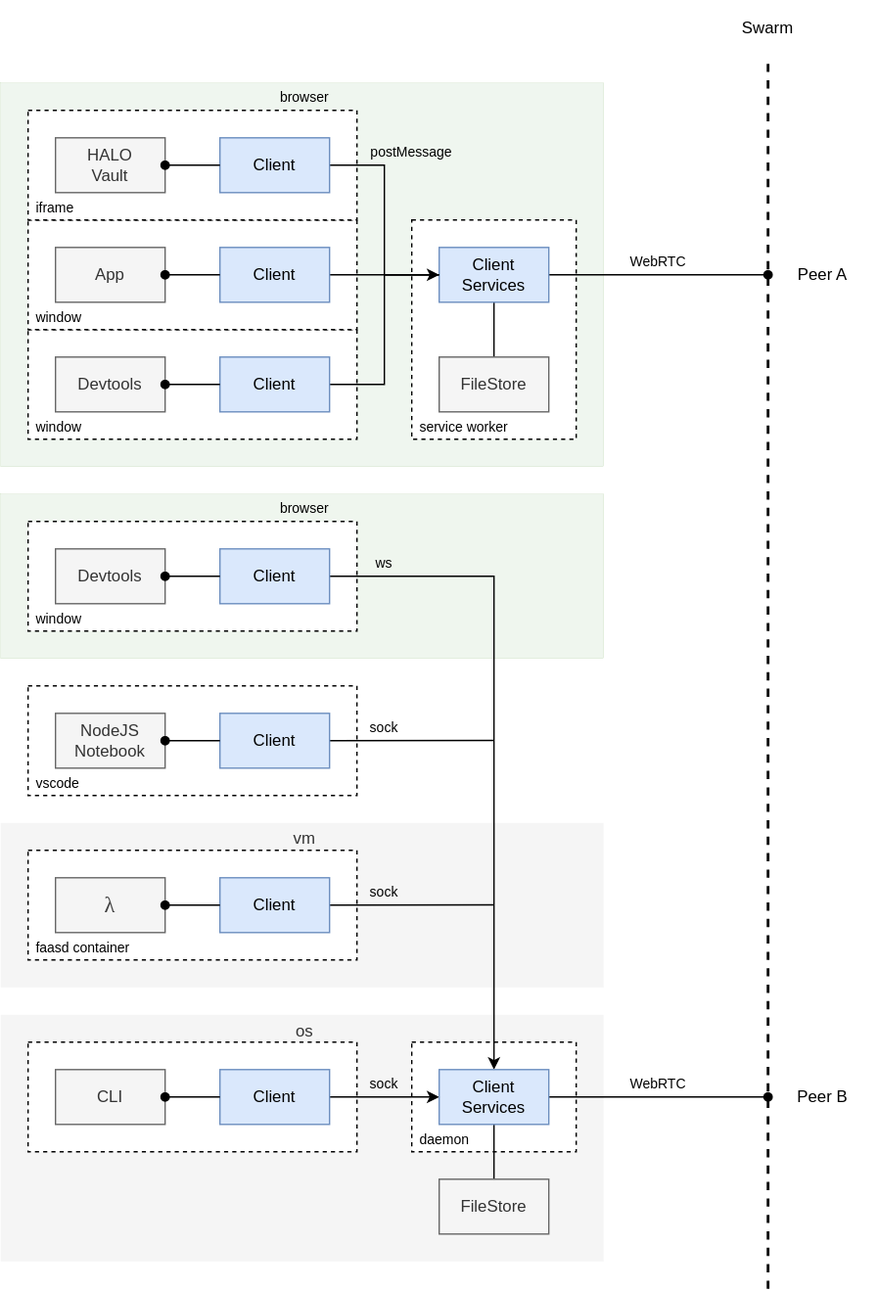
Before: docs/docs/design/diagrams/remote-agents.drawio.svg, a diagram exported from draw.io (dxos/dxos). Source tidied: cells renumbered, new cells last; positions are measured from the earlier drawing's top-left corner, leaving out a move shared by most shapes.
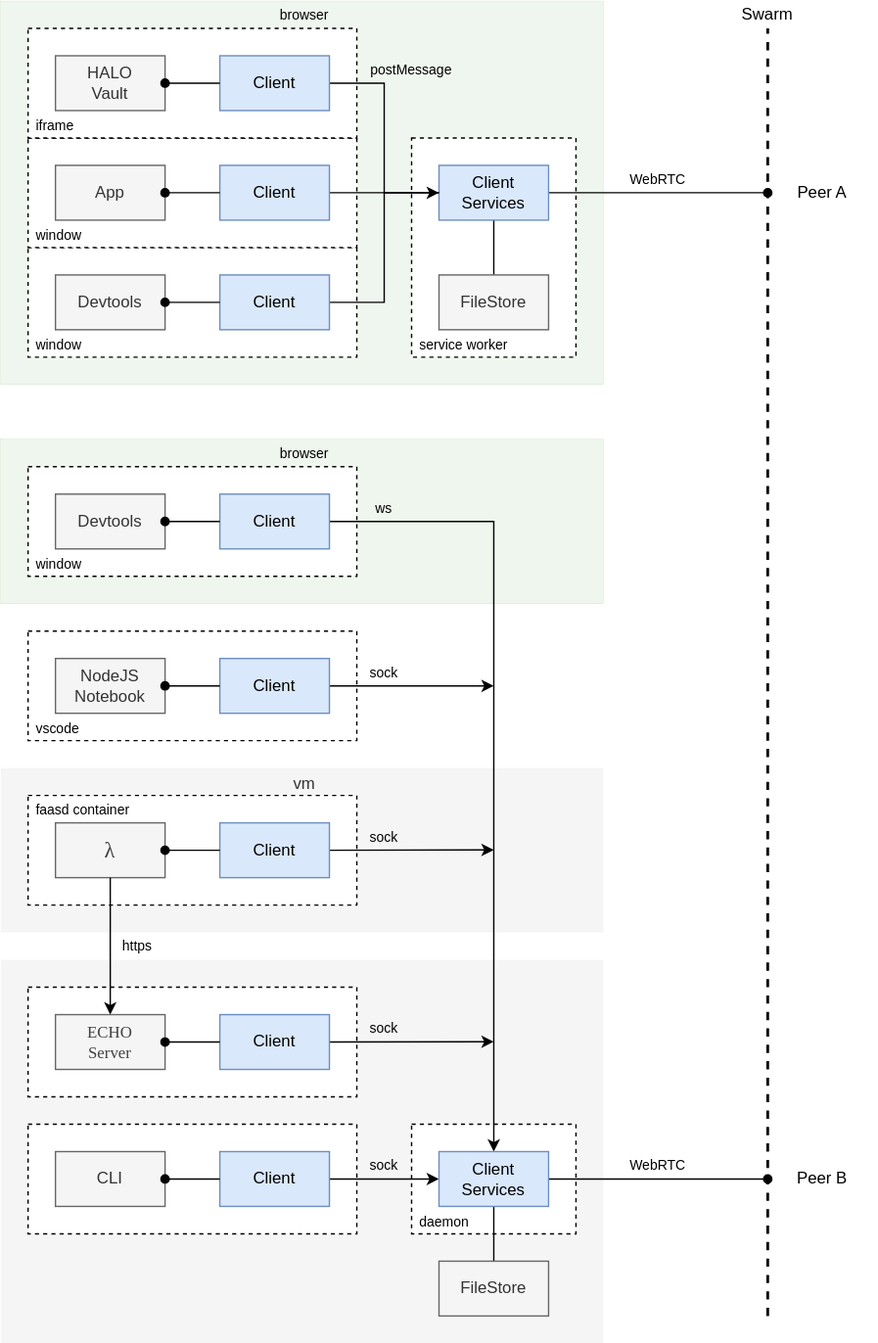
Later version of the same file.

What changed in the source:
```diff
@@ -5,21 +5,21 @@
     <mxCell id="2" value="vm" style="rounded=0;whiteSpace=wrap;html=1;align=center;verticalAlign=top;spacingLeft=4;fillColor=#f5f5f5;strokeColor=none;fontColor=#333333;strokeWidth=0;spacing=0;" parent="1" vertex="1">
-      <mxGeometry y="600" width="440" height="120" as="geometry" />
+      <mxGeometry y="580" width="440" height="120" as="geometry" />
     </mxCell>
-    <mxCell id="3" value="os" style="rounded=0;whiteSpace=wrap;html=1;align=center;verticalAlign=top;spacingLeft=4;fillColor=#f5f5f5;strokeColor=none;fontColor=#333333;strokeWidth=0;spacing=0;" parent="1" vertex="1">
-      <mxGeometry y="740" width="440" height="180" as="geometry" />
+    <mxCell id="3" style="rounded=0;whiteSpace=wrap;html=1;align=center;verticalAlign=top;spacingLeft=4;fillColor=#f5f5f5;strokeColor=none;fontColor=#333333;strokeWidth=0;spacing=0;" parent="1" vertex="1">
+      <mxGeometry y="720" width="440" height="280" as="geometry" />
     </mxCell>
     <mxCell id="4" value="daemon" style="rounded=0;whiteSpace=wrap;html=1;dashed=1;align=left;verticalAlign=bottom;spacingLeft=4;fillColor=default;fontSize=10;" parent="1" vertex="1">
-      <mxGeometry x="300" y="760" width="120" height="80" as="geometry" />
+      <mxGeometry x="300" y="840" width="120" height="80" as="geometry" />
     </mxCell>
     <mxCell id="5" value="browser" style="rounded=0;whiteSpace=wrap;html=1;align=center;verticalAlign=top;spacingLeft=4;fillColor=#eff6ef;strokeColor=#82b366;strokeWidth=0;fontSize=10;spacing=0;fillStyle=auto;" parent="1" vertex="1">
-      <mxGeometry y="60" width="440" height="280" as="geometry" />
+      <mxGeometry y="20" width="440" height="280" as="geometry" />
     </mxCell>
     <mxCell id="6" value="window" style="rounded=0;whiteSpace=wrap;html=1;dashed=1;align=left;verticalAlign=bottom;spacingLeft=4;fillColor=default;fontSize=10;" parent="1" vertex="1">
-      <mxGeometry x="20" y="240" width="240" height="80" as="geometry" />
+      <mxGeometry x="20" y="200" width="240" height="80" as="geometry" />
     </mxCell>
     <mxCell id="7" value="window" style="rounded=0;whiteSpace=wrap;html=1;dashed=1;align=left;verticalAlign=bottom;spacingLeft=4;fillColor=default;fontSize=10;" parent="1" vertex="1">
-      <mxGeometry x="20" y="160" width="240" height="80" as="geometry" />
+      <mxGeometry x="20" y="120" width="240" height="80" as="geometry" />
     </mxCell>
     <mxCell id="8" value="service worker" style="rounded=0;whiteSpace=wrap;html=1;dashed=1;align=left;verticalAlign=bottom;spacingLeft=4;fillColor=default;fontSize=10;" parent="1" vertex="1">
-      <mxGeometry x="300" y="160" width="120" height="160" as="geometry" />
+      <mxGeometry x="300" y="120" width="120" height="160" as="geometry" />
     </mxCell>
@@ -29,3 +29,3 @@
     <mxCell id="10" value="Client" style="rounded=0;whiteSpace=wrap;html=1;fillColor=#dae8fc;strokeColor=#6c8ebf;" parent="1" vertex="1">
-      <mxGeometry x="160" y="180" width="80" height="40" as="geometry" />
+      <mxGeometry x="160" y="140" width="80" height="40" as="geometry" />
     </mxCell>
@@ -33,3 +33,3 @@
       <mxGeometry relative="1" as="geometry">
-        <mxPoint x="560" y="200" as="targetPoint" />
+        <mxPoint x="560" y="160" as="targetPoint" />
       </mxGeometry>
@@ -40,9 +40,9 @@
     <mxCell id="13" value="Client&lt;br&gt;Services" style="rounded=0;whiteSpace=wrap;html=1;fillColor=#dae8fc;strokeColor=#6c8ebf;" parent="1" vertex="1">
-      <mxGeometry x="320" y="180" width="80" height="40" as="geometry" />
+      <mxGeometry x="320" y="140" width="80" height="40" as="geometry" />
     </mxCell>
     <mxCell id="14" value="App" style="rounded=0;whiteSpace=wrap;html=1;fillColor=#f5f5f5;strokeColor=#666666;fontColor=#333333;" parent="1" vertex="1">
-      <mxGeometry x="40" y="180" width="80" height="40" as="geometry" />
+      <mxGeometry x="40" y="140" width="80" height="40" as="geometry" />
     </mxCell>
     <mxCell id="15" value="Devtools" style="rounded=0;whiteSpace=wrap;html=1;fillColor=#f5f5f5;strokeColor=#666666;fontColor=#333333;" parent="1" vertex="1">
-      <mxGeometry x="40" y="260" width="80" height="40" as="geometry" />
+      <mxGeometry x="40" y="220" width="80" height="40" as="geometry" />
     </mxCell>
@@ -54,4 +54,4 @@
         <Array as="points">
-          <mxPoint x="280" y="280" />
-          <mxPoint x="280" y="200" />
+          <mxPoint x="280" y="240" />
+          <mxPoint x="280" y="160" />
         </Array>
@@ -60,3 +60,3 @@
     <mxCell id="18" value="Client" style="rounded=0;whiteSpace=wrap;html=1;fillColor=#dae8fc;strokeColor=#6c8ebf;" parent="1" vertex="1">
-      <mxGeometry x="160" y="260" width="80" height="40" as="geometry" />
+      <mxGeometry x="160" y="220" width="80" height="40" as="geometry" />
     </mxCell>
@@ -64,3 +64,3 @@
       <mxGeometry relative="1" as="geometry">
-        <mxPoint x="560" y="940" as="sourcePoint" />
+        <mxPoint x="560" y="980" as="sourcePoint" />
       </mxGeometry>
@@ -71,6 +71,6 @@
     <mxCell id="21" value="browser" style="rounded=0;whiteSpace=wrap;html=1;align=center;verticalAlign=top;spacingLeft=4;fillColor=#eff6ee;strokeColor=#82b366;strokeWidth=0;fontSize=10;spacing=0;" parent="1" vertex="1">
-      <mxGeometry y="360" width="440" height="120" as="geometry" />
+      <mxGeometry y="340" width="440" height="120" as="geometry" />
     </mxCell>
     <mxCell id="22" value="window" style="rounded=0;whiteSpace=wrap;html=1;dashed=1;align=left;verticalAlign=bottom;spacingLeft=4;fillColor=default;fontSize=10;" parent="1" vertex="1">
-      <mxGeometry x="20" y="380" width="240" height="80" as="geometry" />
+      <mxGeometry x="20" y="360" width="240" height="80" as="geometry" />
     </mxCell>
@@ -79,3 +79,3 @@
         <Array as="points">
-          <mxPoint x="360" y="420" />
+          <mxPoint x="360" y="400" />
         </Array>
@@ -84,6 +84,6 @@
     <mxCell id="24" value="Client" style="rounded=0;whiteSpace=wrap;html=1;fillColor=#dae8fc;strokeColor=#6c8ebf;" parent="1" vertex="1">
-      <mxGeometry x="160" y="400" width="80" height="40" as="geometry" />
+      <mxGeometry x="160" y="380" width="80" height="40" as="geometry" />
     </mxCell>
     <mxCell id="25" value="Devtools" style="rounded=0;whiteSpace=wrap;html=1;fillColor=#f5f5f5;strokeColor=#666666;fontColor=#333333;" parent="1" vertex="1">
-      <mxGeometry x="40" y="400" width="80" height="40" as="geometry" />
+      <mxGeometry x="40" y="380" width="80" height="40" as="geometry" />
     </mxCell>
@@ -93,3 +93,3 @@
     <mxCell id="27" style="rounded=0;whiteSpace=wrap;html=1;dashed=1;align=left;verticalAlign=bottom;spacingLeft=4;fillColor=default;fontSize=10;" parent="1" vertex="1">
-      <mxGeometry x="20" y="760" width="240" height="80" as="geometry" />
+      <mxGeometry x="20" y="840" width="240" height="80" as="geometry" />
     </mxCell>
@@ -99,6 +99,6 @@
     <mxCell id="29" value="Client" style="rounded=0;whiteSpace=wrap;html=1;fillColor=#dae8fc;strokeColor=#6c8ebf;" parent="1" vertex="1">
-      <mxGeometry x="160" y="780" width="80" height="40" as="geometry" />
+      <mxGeometry x="160" y="860" width="80" height="40" as="geometry" />
     </mxCell>
     <mxCell id="30" value="CLI" style="rounded=0;whiteSpace=wrap;html=1;fillColor=#f5f5f5;strokeColor=#666666;fontColor=#333333;" parent="1" vertex="1">
-      <mxGeometry x="40" y="780" width="80" height="40" as="geometry" />
+      <mxGeometry x="40" y="860" width="80" height="40" as="geometry" />
     </mxCell>
@@ -109,3 +109,3 @@
       <mxGeometry relative="1" as="geometry">
-        <mxPoint x="560" y="800" as="targetPoint" />
+        <mxPoint x="560" y="880" as="targetPoint" />
       </mxGeometry>
@@ -116,34 +116,34 @@
     <mxCell id="34" value="Client&lt;br&gt;Services" style="rounded=0;whiteSpace=wrap;html=1;fillColor=#dae8fc;strokeColor=#6c8ebf;" parent="1" vertex="1">
-      <mxGeometry x="320" y="780" width="80" height="40" as="geometry" />
+      <mxGeometry x="320" y="860" width="80" height="40" as="geometry" />
     </mxCell>
     <mxCell id="35" value="FileStore" style="rounded=0;whiteSpace=wrap;html=1;fillColor=#f5f5f5;strokeColor=#666666;fontColor=#333333;" parent="1" vertex="1">
-      <mxGeometry x="320" y="260" width="80" height="40" as="geometry" />
+      <mxGeometry x="320" y="220" width="80" height="40" as="geometry" />
     </mxCell>
     <mxCell id="36" value="Peer A" style="rounded=0;whiteSpace=wrap;html=1;strokeColor=none;strokeWidth=0;fontSize=12;fillColor=none;" parent="1" vertex="1">
-      <mxGeometry x="560" y="180" width="80" height="40" as="geometry" />
+      <mxGeometry x="560" y="140" width="80" height="40" as="geometry" />
     </mxCell>
     <mxCell id="37" value="Peer B" style="rounded=0;whiteSpace=wrap;html=1;strokeColor=none;strokeWidth=0;fontSize=12;fillColor=none;" parent="1" vertex="1">
-      <mxGeometry x="560" y="780" width="80" height="40" as="geometry" />
+      <mxGeometry x="560" y="860" width="80" height="40" as="geometry" />
     </mxCell>
     <mxCell id="38" value="Swarm" style="rounded=0;whiteSpace=wrap;html=1;strokeColor=none;strokeWidth=0;fontSize=12;fillColor=none;" parent="1" vertex="1">
-      <mxGeometry x="520" width="80" height="40" as="geometry" />
+      <mxGeometry x="520" y="20" width="80" height="20" as="geometry" />
     </mxCell>
     <mxCell id="39" value="WebRTC" style="rounded=0;whiteSpace=wrap;html=1;strokeColor=none;strokeWidth=0;fontSize=10;fillColor=none;" parent="1" vertex="1">
-      <mxGeometry x="440" y="180" width="80" height="20" as="geometry" />
+      <mxGeometry x="440" y="140" width="80" height="20" as="geometry" />
     </mxCell>
     <mxCell id="40" value="WebRTC" style="rounded=0;whiteSpace=wrap;html=1;strokeColor=none;strokeWidth=0;fontSize=10;fillColor=none;" parent="1" vertex="1">
-      <mxGeometry x="440" y="780" width="80" height="20" as="geometry" />
+      <mxGeometry x="440" y="860" width="80" height="20" as="geometry" />
     </mxCell>
     <mxCell id="41" value="ws" style="rounded=0;whiteSpace=wrap;html=1;strokeColor=none;strokeWidth=0;fontSize=10;fillColor=none;" parent="1" vertex="1">
-      <mxGeometry x="240" y="400" width="80" height="20" as="geometry" />
+      <mxGeometry x="240" y="380" width="80" height="20" as="geometry" />
     </mxCell>
     <mxCell id="42" value="sock" style="rounded=0;whiteSpace=wrap;html=1;strokeColor=none;strokeWidth=0;fontSize=10;fillColor=none;" parent="1" vertex="1">
-      <mxGeometry x="240" y="780" width="80" height="20" as="geometry" />
+      <mxGeometry x="240" y="860" width="80" height="20" as="geometry" />
     </mxCell>
-    <mxCell id="43" value="vscode" style="rounded=0;whiteSpace=wrap;html=1;dashed=1;align=left;verticalAlign=bottom;spacingLeft=4;fillColor=default;fontSize=10;" parent="1" vertex="1">
-      <mxGeometry x="20" y="500" width="240" height="80" as="geometry" />
+    <mxCell id="43" value="vscode" style="rounded=0;whiteSpace=wrap;html=1;dashed=1;align=left;verticalAlign=bottom;spacingLeft=4;fillColor=default;fontSize=10;spacing=2;" parent="1" vertex="1">
+      <mxGeometry x="20" y="480" width="240" height="80" as="geometry" />
     </mxCell>
-    <mxCell id="44" style="edgeStyle=none;rounded=0;html=1;exitX=1;exitY=0.5;exitDx=0;exitDy=0;strokeWidth=1;fontSize=16;startArrow=none;startFill=0;endArrow=none;endFill=0;" parent="1" edge="1" source="45">
+    <mxCell id="44" style="edgeStyle=none;rounded=0;html=1;exitX=1;exitY=0.5;exitDx=0;exitDy=0;strokeWidth=1;fontSize=16;startArrow=none;startFill=0;endArrow=classic;endFill=1;" parent="1" edge="1" source="45">
       <mxGeometry relative="1" as="geometry">
-        <mxPoint x="360" y="539.8" as="targetPoint" />
+        <mxPoint x="360" y="520" as="targetPoint" />
       </mxGeometry>
@@ -151,6 +151,6 @@
     <mxCell id="45" value="Client" style="rounded=0;whiteSpace=wrap;html=1;fillColor=#dae8fc;strokeColor=#6c8ebf;" parent="1" vertex="1">
-      <mxGeometry x="160" y="520" width="80" height="40" as="geometry" />
+      <mxGeometry x="160" y="500" width="80" height="40" as="geometry" />
     </mxCell>
     <mxCell id="46" value="NodeJS&lt;br&gt;Notebook" style="rounded=0;whiteSpace=wrap;html=1;fillColor=#f5f5f5;strokeColor=#666666;fontColor=#333333;" parent="1" vertex="1">
-      <mxGeometry x="40" y="520" width="80" height="40" as="geometry" />
+      <mxGeometry x="40" y="500" width="80" height="40" as="geometry" />
     </mxCell>
@@ -159,8 +159,8 @@
     </mxCell>
-    <mxCell id="48" value="faasd container" style="rounded=0;whiteSpace=wrap;html=1;dashed=1;align=left;verticalAlign=bottom;spacingLeft=4;fillColor=default;fontSize=10;" parent="1" vertex="1">
-      <mxGeometry x="20" y="620" width="240" height="80" as="geometry" />
+    <mxCell id="48" value="faasd container" style="rounded=0;whiteSpace=wrap;html=1;dashed=1;align=left;verticalAlign=top;spacingLeft=6;fillColor=default;fontSize=10;spacing=0;" parent="1" vertex="1">
+      <mxGeometry x="20" y="600" width="240" height="80" as="geometry" />
     </mxCell>
-    <mxCell id="49" style="edgeStyle=none;rounded=0;html=1;exitX=1;exitY=0.5;exitDx=0;exitDy=0;strokeWidth=1;fontSize=16;startArrow=none;startFill=0;endArrow=none;endFill=0;" parent="1" edge="1" source="50">
+    <mxCell id="49" style="edgeStyle=none;rounded=0;html=1;exitX=1;exitY=0.5;exitDx=0;exitDy=0;strokeWidth=1;fontSize=16;startArrow=none;startFill=0;endArrow=classic;endFill=1;" parent="1" edge="1" source="50">
       <mxGeometry relative="1" as="geometry">
-        <mxPoint x="360" y="659.8" as="targetPoint" />
+        <mxPoint x="360" y="639.8" as="targetPoint" />
       </mxGeometry>
@@ -168,6 +168,6 @@
     <mxCell id="50" value="Client" style="rounded=0;whiteSpace=wrap;html=1;fillColor=#dae8fc;strokeColor=#6c8ebf;" parent="1" vertex="1">
-      <mxGeometry x="160" y="640" width="80" height="40" as="geometry" />
+      <mxGeometry x="160" y="620" width="80" height="40" as="geometry" />
     </mxCell>
     <mxCell id="51" value="&lt;font color=&quot;#404040&quot; style=&quot;font-size: 16px;&quot;&gt;λ&lt;/font&gt;" style="rounded=0;whiteSpace=wrap;html=1;fillColor=#f5f5f5;strokeColor=#666666;fontColor=#333333;fontSize=16;fontFamily=Verdana;" parent="1" vertex="1">
-      <mxGeometry x="40" y="640" width="80" height="40" as="geometry" />
+      <mxGeometry x="40" y="620" width="80" height="40" as="geometry" />
     </mxCell>
@@ -177,6 +177,6 @@
     <mxCell id="53" value="FileStore" style="rounded=0;whiteSpace=wrap;html=1;fillColor=#f5f5f5;strokeColor=#666666;fontColor=#333333;" parent="1" vertex="1">
-      <mxGeometry x="320" y="860" width="80" height="40" as="geometry" />
+      <mxGeometry x="320" y="940" width="80" height="40" as="geometry" />
     </mxCell>
     <mxCell id="54" value="iframe" style="rounded=0;whiteSpace=wrap;html=1;dashed=1;align=left;verticalAlign=bottom;spacingLeft=4;fillColor=default;fontSize=10;" parent="1" vertex="1">
-      <mxGeometry x="20" y="80" width="240" height="80" as="geometry" />
+      <mxGeometry x="20" y="40" width="240" height="80" as="geometry" />
     </mxCell>
@@ -185,4 +185,4 @@
         <Array as="points">
-          <mxPoint x="280" y="120" />
-          <mxPoint x="280" y="200" />
+          <mxPoint x="280" y="80" />
+          <mxPoint x="280" y="160" />
         </Array>
@@ -191,6 +191,6 @@
     <mxCell id="56" value="Client" style="rounded=0;whiteSpace=wrap;html=1;fillColor=#dae8fc;strokeColor=#6c8ebf;" parent="1" vertex="1">
-      <mxGeometry x="160" y="100" width="80" height="40" as="geometry" />
+      <mxGeometry x="160" y="60" width="80" height="40" as="geometry" />
     </mxCell>
     <mxCell id="57" value="HALO&lt;br style=&quot;border-color: var(--border-color);&quot;&gt;Vault" style="rounded=0;whiteSpace=wrap;html=1;fillColor=#f5f5f5;strokeColor=#666666;fontColor=#333333;" parent="1" vertex="1">
-      <mxGeometry x="40" y="100" width="80" height="40" as="geometry" />
+      <mxGeometry x="40" y="60" width="80" height="40" as="geometry" />
     </mxCell>
@@ -200,10 +200,36 @@
     <mxCell id="59" value="sock" style="rounded=0;whiteSpace=wrap;html=1;strokeColor=none;strokeWidth=0;fontSize=10;fillColor=none;" parent="1" vertex="1">
-      <mxGeometry x="240" y="520" width="80" height="20" as="geometry" />
+      <mxGeometry x="240" y="500" width="80" height="20" as="geometry" />
     </mxCell>
     <mxCell id="60" value="sock" style="rounded=0;whiteSpace=wrap;html=1;strokeColor=none;strokeWidth=0;fontSize=10;fillColor=none;" parent="1" vertex="1">
-      <mxGeometry x="240" y="640" width="80" height="20" as="geometry" />
+      <mxGeometry x="240" y="620" width="80" height="20" as="geometry" />
     </mxCell>
     <mxCell id="61" value="postMessage" style="rounded=0;whiteSpace=wrap;html=1;strokeColor=none;strokeWidth=0;fontSize=10;fillColor=none;spacingLeft=0;" parent="1" vertex="1">
-      <mxGeometry x="260" y="100" width="80" height="20" as="geometry" />
+      <mxGeometry x="260" y="60" width="80" height="20" as="geometry" />
     </mxCell>
+    <mxCell id="62" style="rounded=0;whiteSpace=wrap;html=1;dashed=1;align=left;verticalAlign=top;spacingLeft=6;fillColor=default;fontSize=10;spacing=0;" parent="1" vertex="1">
+      <mxGeometry x="20" y="740" width="240" height="80" as="geometry" />
+    </mxCell>
+    <mxCell id="63" style="edgeStyle=none;rounded=0;html=1;exitX=1;exitY=0.5;exitDx=0;exitDy=0;strokeWidth=1;fontSize=16;startArrow=none;startFill=0;endArrow=classic;endFill=1;" parent="1" edge="1" source="64">
+      <mxGeometry relative="1" as="geometry">
+        <mxPoint x="360" y="779.8" as="targetPoint" />
+      </mxGeometry>
+    </mxCell>
+    <mxCell id="64" value="Client" style="rounded=0;whiteSpace=wrap;html=1;fillColor=#dae8fc;strokeColor=#6c8ebf;" parent="1" vertex="1">
+      <mxGeometry x="160" y="760" width="80" height="40" as="geometry" />
+    </mxCell>
+    <mxCell id="65" value="&lt;font color=&quot;#404040&quot; style=&quot;font-size: 12px;&quot;&gt;ECHO&lt;br&gt;Server&lt;br&gt;&lt;/font&gt;" style="rounded=0;whiteSpace=wrap;html=1;fillColor=#f5f5f5;strokeColor=#666666;fontColor=#333333;fontSize=12;fontFamily=Verdana;" parent="1" vertex="1">
+      <mxGeometry x="40" y="760" width="80" height="40" as="geometry" />
+    </mxCell>
+    <mxCell id="66" style="edgeStyle=none;html=1;exitX=1;exitY=0.5;exitDx=0;exitDy=0;startArrow=oval;startFill=1;endArrow=none;endFill=0;" parent="1" edge="1" source="65" target="64">
+      <mxGeometry relative="1" as="geometry" />
+    </mxCell>
+    <mxCell id="67" value="sock" style="rounded=0;whiteSpace=wrap;html=1;strokeColor=none;strokeWidth=0;fontSize=10;fillColor=none;" parent="1" vertex="1">
+      <mxGeometry x="240" y="760" width="80" height="20" as="geometry" />
+    </mxCell>
+    <mxCell id="68" style="edgeStyle=none;html=1;exitX=0.5;exitY=1;exitDx=0;exitDy=0;fontSize=12;endArrow=classic;endFill=1;" parent="1" edge="1" source="51" target="65">
+      <mxGeometry relative="1" as="geometry" />
+    </mxCell>
+    <mxCell id="69" value="https" style="rounded=0;whiteSpace=wrap;html=1;strokeColor=none;strokeWidth=0;fontSize=10;fillColor=none;" parent="1" vertex="1">
+      <mxGeometry x="60" y="700" width="80" height="20" as="geometry" />
+    </mxCell>
   </root>
```
